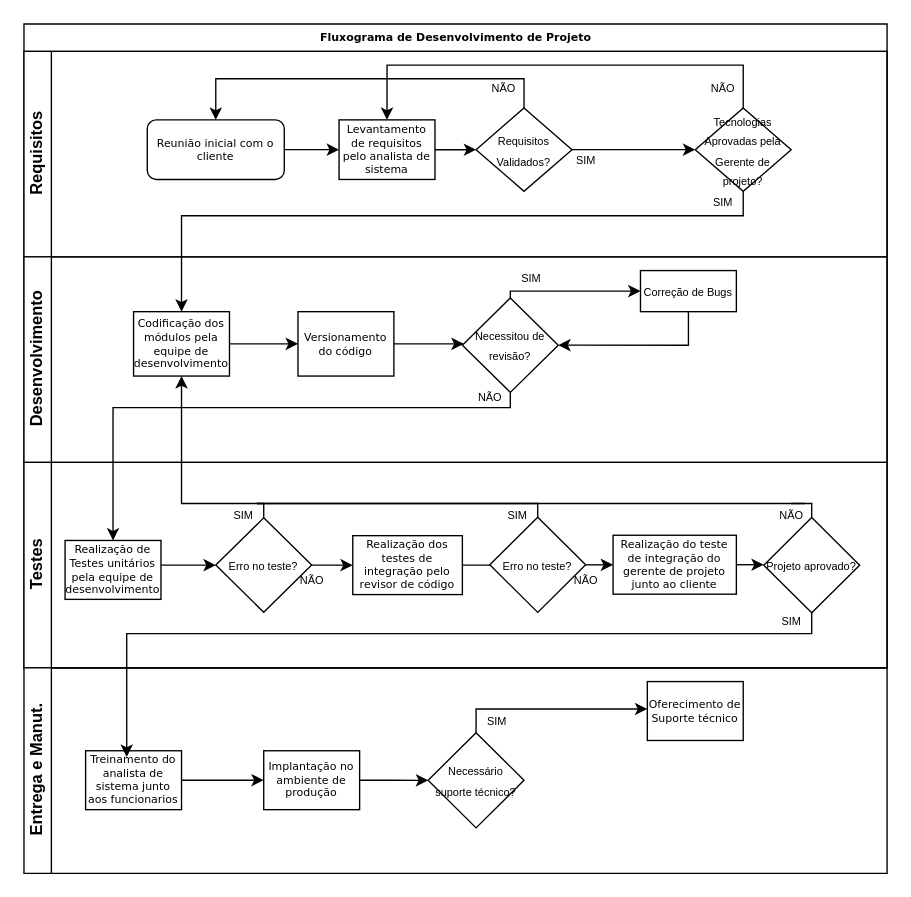
JulioLafre/Faculdade keeps this draw.io diagram as Diagrama sem nome.drawio. Above is the earlier version. Source tidied: cells renumbered, new cells numbered last; positions are measured from the earlier drawing's top-left corner, leaving out a move shared by most shapes. Both pictures are drawn from the tidied source at 137%, with x=0, y=0 at pixel (23, 23).
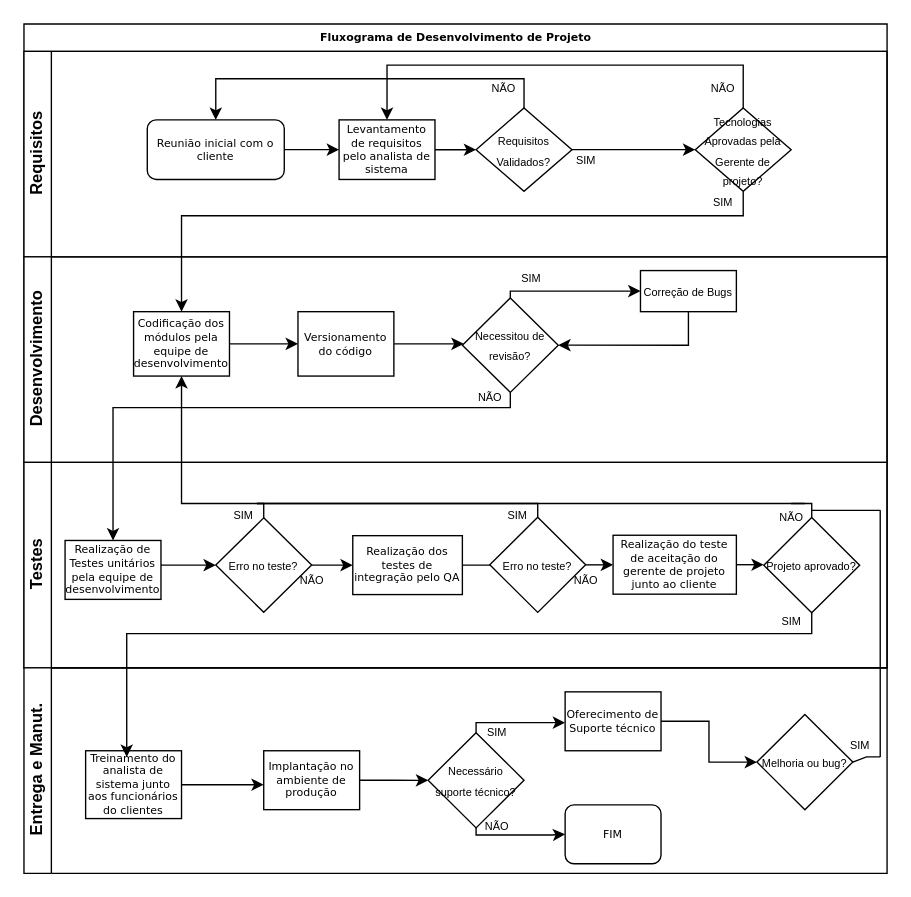
The same diagram, later.

Unchanged cells that the change refers to:
```xml
<mxCell id="28" value="Testes" style="swimlane;html=1;startSize=20;horizontal=0;" parent="2" vertex="1">
  <mxGeometry y="320" width="630" height="150" as="geometry" />
</mxCell>
<mxCell id="54" value="Entrega e Manut." style="swimlane;html=1;startSize=20;horizontal=0;" parent="1" vertex="1">
  <mxGeometry y="470" width="630" height="150" as="geometry" />
</mxCell>
<mxCell id="58" value="Implantação no ambiente de produção" style="rounded=0;whiteSpace=wrap;html=1;shadow=0;labelBackgroundColor=none;strokeWidth=1;fontFamily=Verdana;fontSize=8;align=center;" parent="54" vertex="1">
  <mxGeometry x="175" y="60.5" width="70" height="43" as="geometry" />
</mxCell>
<mxCell id="60" value="&lt;span style=&quot;font-size: 8px;&quot;&gt;Necessário suporte técnico?&lt;/span&gt;" style="rhombus;whiteSpace=wrap;html=1;" parent="54" vertex="1">
  <mxGeometry x="295" y="47.3" width="70" height="69.5" as="geometry" />
</mxCell>
```

Change to the diagram source:
```diff
@@
-    <mxCell id="34" value="Realização dos testes de integração pelo revisor de código" style="rounded=0;whiteSpace=wrap;html=1;shadow=0;labelBackgroundColor=none;strokeWidth=1;fontFamily=Verdana;fontSize=8;align=center;" parent="28" vertex="1">
+    <mxCell id="34" value="Realização dos testes de integração pelo QA" style="rounded=0;whiteSpace=wrap;html=1;shadow=0;labelBackgroundColor=none;strokeWidth=1;fontFamily=Verdana;fontSize=8;align=center;" parent="28" vertex="1">
       <mxGeometry x="240" y="53.5" width="80" height="43" as="geometry" />
     </mxCell>
@@
-    <mxCell id="39" value="Realização do teste de integração do gerente de projeto junto ao cliente" style="rounded=0;whiteSpace=wrap;html=1;shadow=0;labelBackgroundColor=none;strokeWidth=1;fontFamily=Verdana;fontSize=8;align=center;" parent="28" vertex="1">
+    <mxCell id="39" value="Realização do teste de aceitação do gerente de projeto junto ao cliente" style="rounded=0;whiteSpace=wrap;html=1;shadow=0;labelBackgroundColor=none;strokeWidth=1;fontFamily=Verdana;fontSize=8;align=center;" parent="28" vertex="1">
       <mxGeometry x="430" y="53.2" width="90" height="43" as="geometry" />
     </mxCell>
@@
     <mxCell id="49" value="&lt;span style=&quot;font-size: 8px;&quot;&gt;NÃO&lt;/span&gt;" style="text;html=1;align=center;verticalAlign=middle;strokeColor=none;fillColor=none;" parent="28" vertex="1">
-      <mxGeometry x="540" y="23.2" width="40" height="30" as="geometry" />
+      <mxGeometry x="540" y="23.5" width="40" height="30" as="geometry" />
     </mxCell>
@@
+    <mxCell id="64" style="endArrow=none;html=1;rounded=0;" parent="28" edge="1">
+      <mxGeometry relative="1" as="geometry">
+        <mxPoint x="625" y="215" as="sourcePoint" />
+        <mxPoint x="625" y="35" as="targetPoint" />
+      </mxGeometry>
+    </mxCell>
+    <mxCell id="65" style="endArrow=none;html=1;rounded=0;" parent="28" edge="1">
+      <mxGeometry relative="1" as="geometry">
+        <mxPoint x="575" y="35" as="sourcePoint" />
+        <mxPoint x="625" y="35" as="targetPoint" />
+      </mxGeometry>
+    </mxCell>
@@
     <mxCell id="55" style="edgeStyle=orthogonalEdgeStyle;rounded=0;jettySize=auto;html=1;" parent="54" edge="1" source="56" target="58">
-      <mxGeometry relative="1" as="geometry" />
+      <mxGeometry relative="1" as="geometry">
+        <Array as="points">
+          <mxPoint x="155" y="85" />
+          <mxPoint x="155" y="85" />
+        </Array>
+      </mxGeometry>
     </mxCell>
-    <mxCell id="56" value="Treinamento do analista de sistema junto aos funcionarios" style="rounded=0;whiteSpace=wrap;html=1;shadow=0;labelBackgroundColor=none;strokeWidth=1;fontFamily=Verdana;fontSize=8;align=center;" parent="54" vertex="1">
-      <mxGeometry x="45" y="60.5" width="70" height="43" as="geometry" />
+    <mxCell id="56" value="Treinamento do analista de sistema junto aos funcionários do clientes" style="rounded=0;whiteSpace=wrap;html=1;shadow=0;labelBackgroundColor=none;strokeWidth=1;fontFamily=Verdana;fontSize=8;align=center;" parent="54" vertex="1">
+      <mxGeometry x="45" y="60.5" width="70" height="49.5" as="geometry" />
     </mxCell>
@@
     <mxCell id="59" style="edgeStyle=orthogonalEdgeStyle;rounded=0;jettySize=auto;html=1;" parent="54" edge="1" source="60" target="61">
       <mxGeometry relative="1" as="geometry">
         <Array as="points">
-          <mxPoint x="330" y="30" />
+          <mxPoint x="330" y="40" />
         </Array>
       </mxGeometry>
     </mxCell>
@@
+    <mxCell id="66" style="edgeStyle=orthogonalEdgeStyle;rounded=0;jettySize=auto;html=1;" parent="54" edge="1" source="61" target="70">
+      <mxGeometry relative="1" as="geometry" />
+    </mxCell>
     <mxCell id="61" value="Oferecimento de Suporte técnico" style="rounded=0;whiteSpace=wrap;html=1;shadow=0;labelBackgroundColor=none;strokeWidth=1;fontFamily=Verdana;fontSize=8;align=center;" parent="54" vertex="1">
-      <mxGeometry x="455" y="10" width="70" height="43" as="geometry" />
+      <mxGeometry x="395" y="17.5" width="70" height="43" as="geometry" />
     </mxCell>
     <mxCell id="62" value="&lt;font style=&quot;font-size: 8px;&quot;&gt;SIM&lt;/font&gt;" style="text;html=1;align=center;verticalAlign=middle;strokeColor=none;fillColor=none;" parent="54" vertex="1">
-      <mxGeometry x="325" y="23" width="40" height="30" as="geometry" />
+      <mxGeometry x="325" y="30.5" width="40" height="30" as="geometry" />
     </mxCell>
+    <mxCell id="67" value="FIM" style="rounded=1;whiteSpace=wrap;html=1;shadow=0;labelBackgroundColor=none;strokeWidth=1;fontFamily=Verdana;fontSize=8;align=center;" parent="54" vertex="1">
+      <mxGeometry x="395" y="100" width="70" height="43" as="geometry" />
+    </mxCell>
+    <mxCell id="68" style="edgeStyle=orthogonalEdgeStyle;rounded=0;jettySize=auto;html=1;entryX=0;entryY=0.5;entryDx=0;entryDy=0;exitX=0.5;exitY=1;exitDx=0;exitDy=0;" parent="54" edge="1" source="60" target="67">
+      <mxGeometry relative="1" as="geometry">
+        <Array as="points">
+          <mxPoint x="330" y="122" />
+          <mxPoint x="385" y="122" />
+        </Array>
+      </mxGeometry>
+    </mxCell>
+    <mxCell id="69" value="&lt;span style=&quot;font-size: 8px;&quot;&gt;NÃO&lt;/span&gt;" style="text;html=1;align=center;verticalAlign=middle;strokeColor=none;fillColor=none;" parent="54" vertex="1">
+      <mxGeometry x="325" y="100" width="40" height="30" as="geometry" />
+    </mxCell>
+    <mxCell id="70" value="&lt;font style=&quot;font-size: 8px;&quot;&gt;Melhoria ou bug?&lt;/font&gt;" style="rhombus;whiteSpace=wrap;html=1;" parent="54" vertex="1">
+      <mxGeometry x="535" y="34" width="70" height="69.5" as="geometry" />
+    </mxCell>
+    <mxCell id="71" style="endArrow=none;html=1;rounded=0;exitX=1;exitY=0.5;exitDx=0;exitDy=0;" parent="54" edge="1" source="70">
+      <mxGeometry relative="1" as="geometry">
+        <mxPoint x="625" y="65" as="targetPoint" />
+        <Array as="points">
+          <mxPoint x="615" y="65" />
+        </Array>
+      </mxGeometry>
+    </mxCell>
+    <mxCell id="72" value="&lt;font style=&quot;font-size: 8px;&quot;&gt;SIM&lt;/font&gt;" style="text;html=1;align=center;verticalAlign=middle;strokeColor=none;fillColor=none;" parent="54" vertex="1">
+      <mxGeometry x="590" y="40.5" width="40" height="30" as="geometry" />
+    </mxCell>
```
